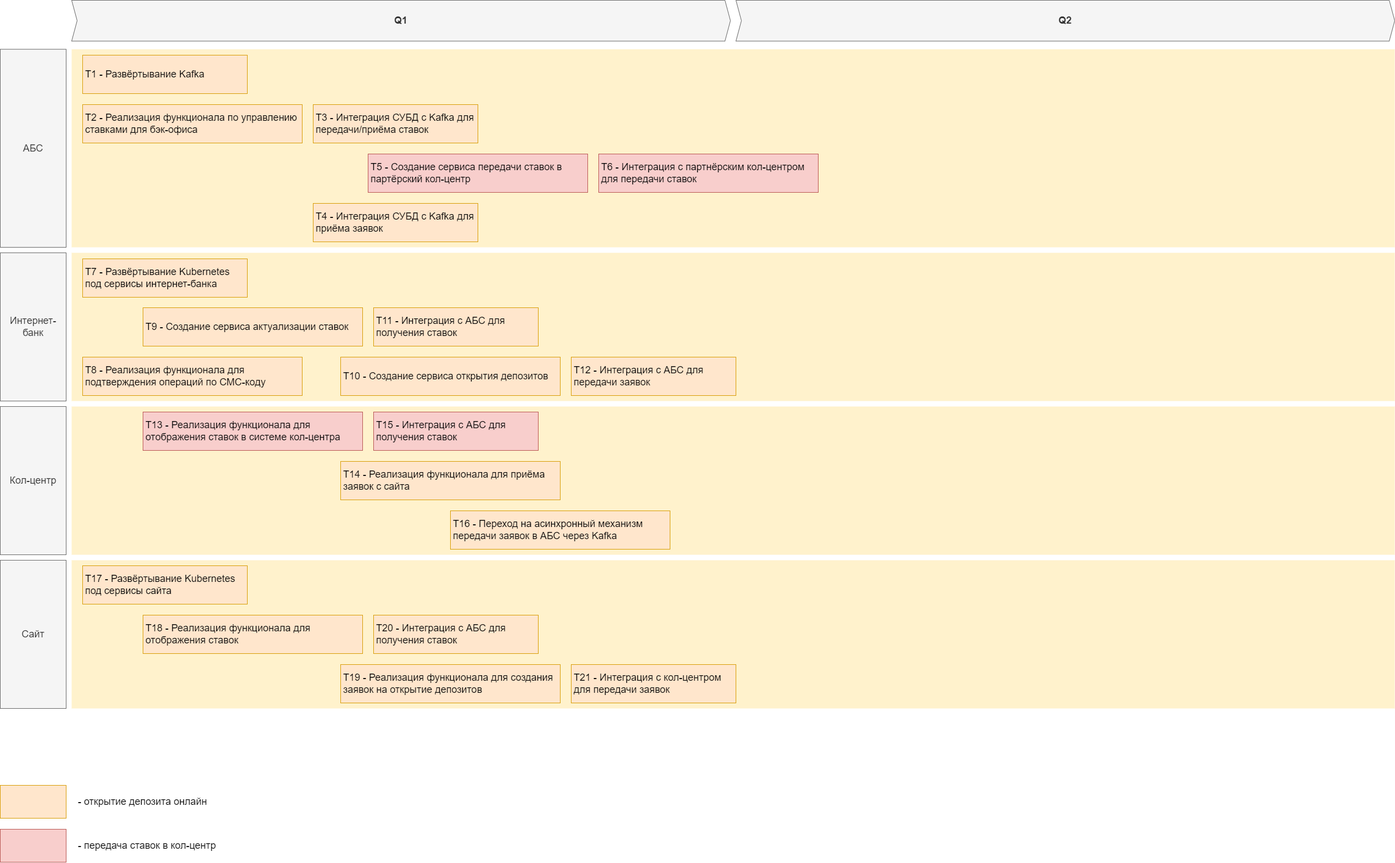
Before: Exc4/RoadMap_bank_Standart.drawio.png, a diagram exported from draw.io (IlyaOrlov/architecture-sprint-9). Source tidied: cells renumbered, new cells last; positions are measured from the earlier drawing's top-left corner, leaving out a move shared by most shapes.
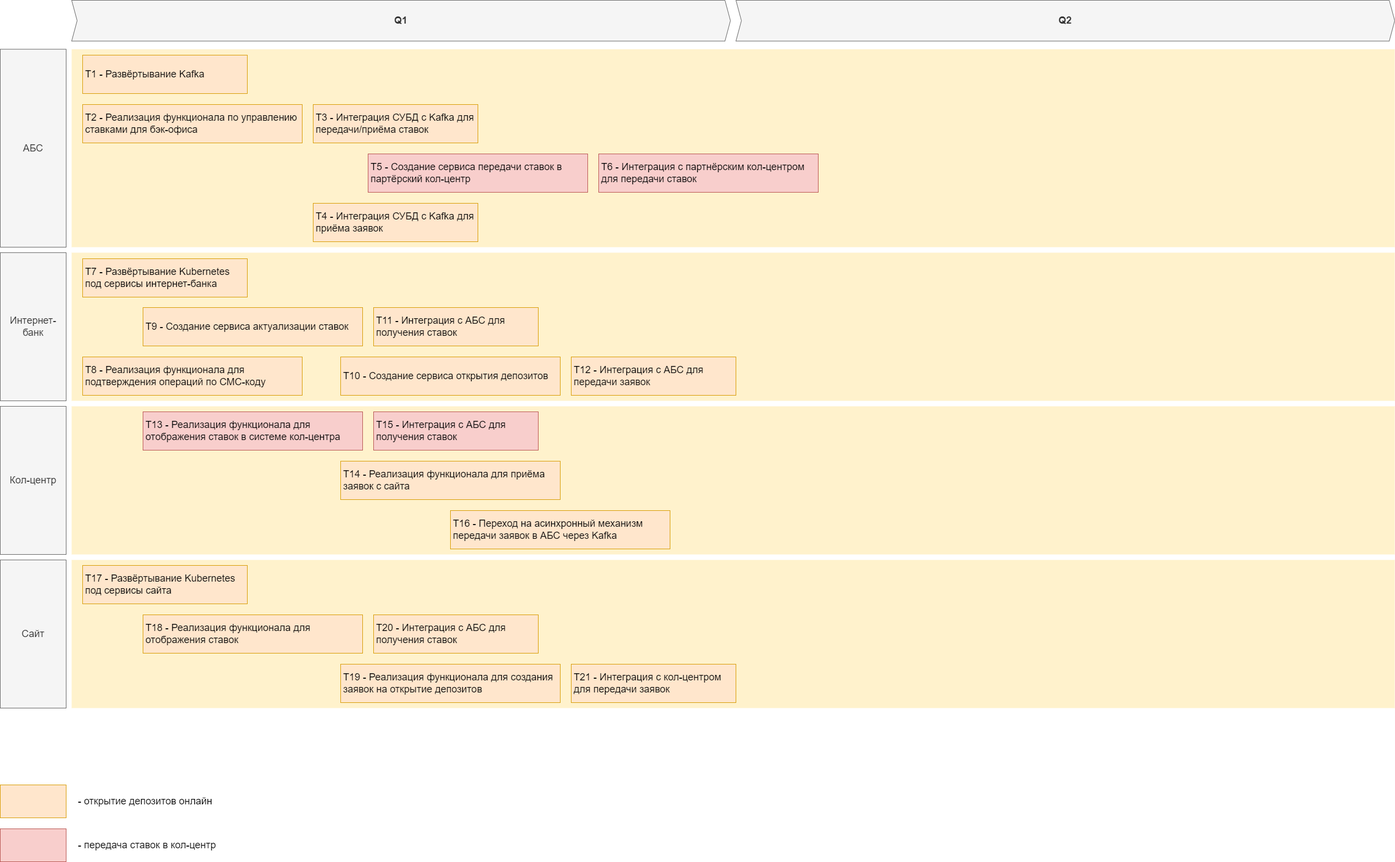
After the change.

Commit message:
YPS9: Solutions for Sprint9 tasks

What changed in the source:
```diff
@@ -98,7 +98,7 @@
     <mxCell id="33" style="rounded=0;whiteSpace=wrap;html=1;fillColor=#ffe6cc;strokeColor=#d79b00;" parent="1" vertex="1">
       <mxGeometry y="1430" width="120" height="60" as="geometry" />
     </mxCell>
-    <mxCell id="34" value="- открытие депозита онлайн" style="text;html=1;align=left;verticalAlign=middle;whiteSpace=wrap;rounded=0;fontSize=18;" parent="1" vertex="1">
+    <mxCell id="34" value="- открытие депозитов онлайн" style="text;html=1;align=left;verticalAlign=middle;whiteSpace=wrap;rounded=0;fontSize=18;" parent="1" vertex="1">
       <mxGeometry x="140" y="1430" width="300" height="60" as="geometry" />
     </mxCell>
     <mxCell id="35" style="rounded=0;whiteSpace=wrap;html=1;fillColor=#f8cecc;strokeColor=#b85450;" parent="1" vertex="1">
```
